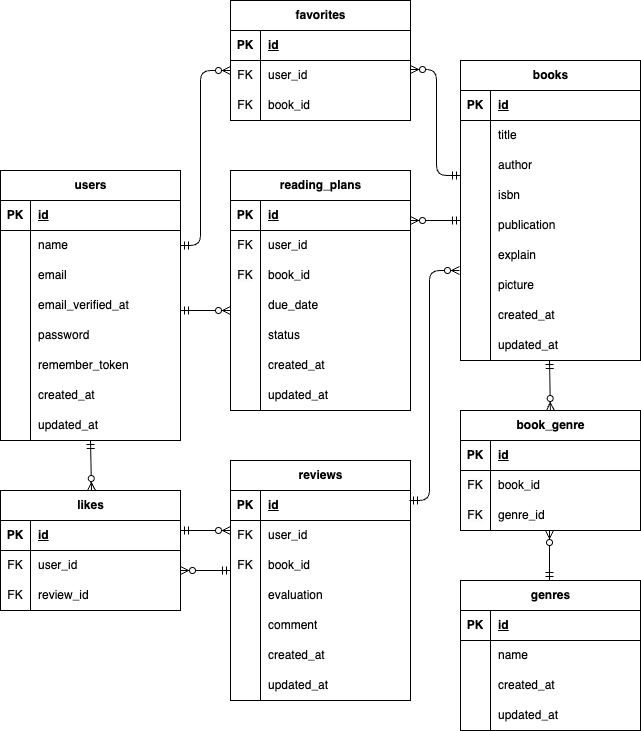
Before: index.drawio.png, a diagram exported from draw.io (mana1218/bookshelf-app). Source tidied: cells renumbered, new cells last; positions are measured from the earlier drawing's top-left corner, leaving out a move shared by most shapes.
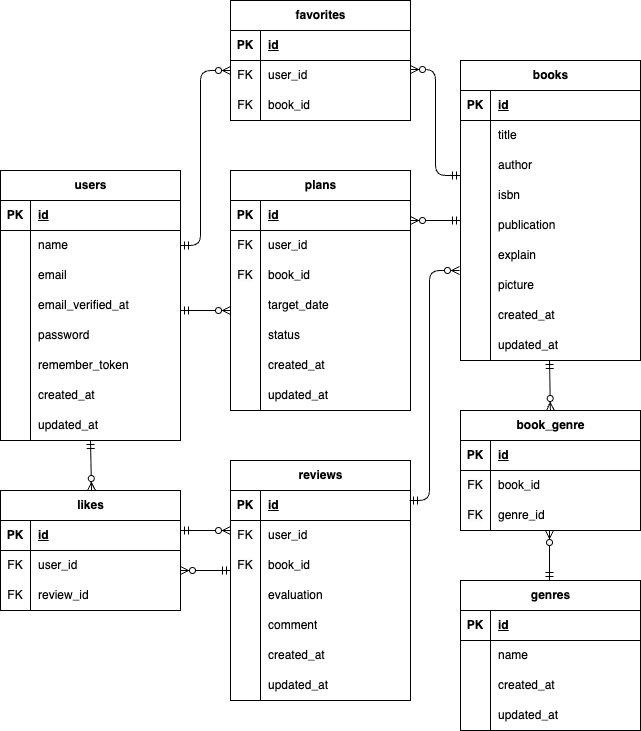
Later version of the same file.

Change to the diagram source:
```diff
@@ -398,7 +398,7 @@
         <mxPoint x="230" y="530" as="targetPoint" />
       </mxGeometry>
     </mxCell>
-    <mxCell id="127" value="reading_plans" style="shape=table;startSize=30;rowLines=0;fontStyle=1;align=center;html=1;" parent="1" vertex="1">
+    <mxCell id="127" value="plans" style="shape=table;startSize=30;rowLines=0;fontStyle=1;align=center;html=1;" parent="1" vertex="1">
       <mxGeometry x="230" y="170" width="180" height="240" as="geometry" />
     </mxCell>
     <mxCell id="128" style="shape=tableRow;horizontal=0;startSize=0;swimlaneHead=0;swimlaneBody=0;fillColor=none;top=0;left=0;right=0;bottom=1;" parent="127" vertex="1">
@@ -434,7 +434,7 @@
     <mxCell id="138" style="shape=partialRectangle;fillColor=none;top=0;left=0;bottom=0;right=0;overflow=hidden;whiteSpace=wrap;html=1;" parent="137" vertex="1">
       <mxGeometry width="30" height="30" as="geometry" />
     </mxCell>
-    <mxCell id="139" value="due_date" style="shape=partialRectangle;fillColor=none;top=0;left=0;bottom=0;right=0;align=left;spacingLeft=6;overflow=hidden;whiteSpace=wrap;html=1;" parent="137" vertex="1">
+    <mxCell id="139" value="target_date" style="shape=partialRectangle;fillColor=none;top=0;left=0;bottom=0;right=0;align=left;spacingLeft=6;overflow=hidden;whiteSpace=wrap;html=1;" parent="137" vertex="1">
       <mxGeometry x="30" width="150" height="30" as="geometry" />
     </mxCell>
     <mxCell id="140" style="shape=tableRow;horizontal=0;startSize=0;swimlaneHead=0;swimlaneBody=0;fillColor=none;top=0;left=0;right=0;bottom=0;" parent="127" vertex="1">
```
